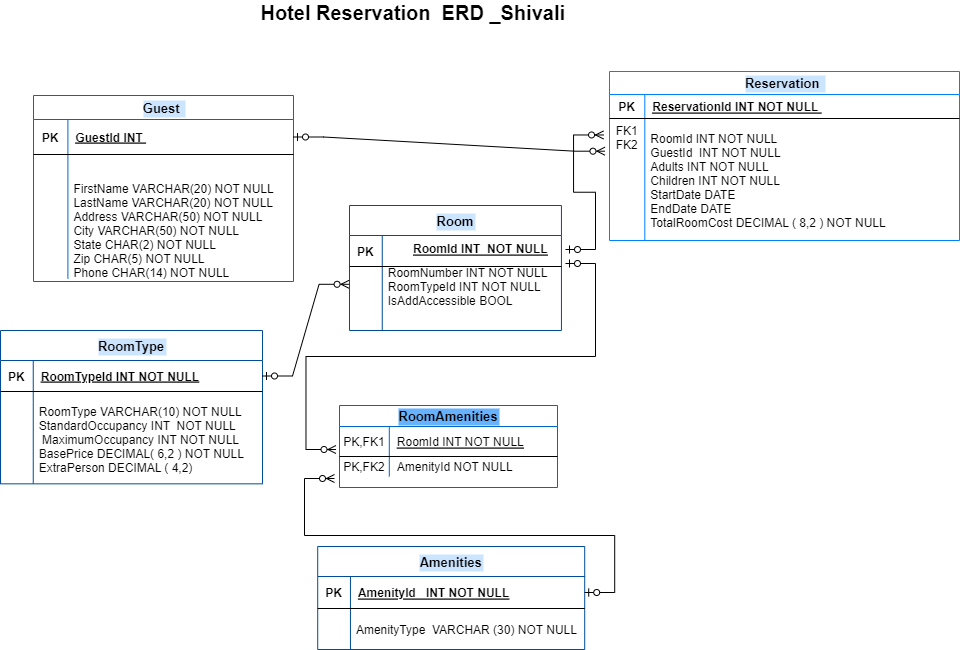
Before: Shivali_HotelERD.png, a diagram exported from draw.io (shivkar/HotelReservation-Schema-MySQL-). Source tidied: cells renumbered, new cells last; positions are measured from the earlier drawing's top-left corner, leaving out a move shared by most shapes.
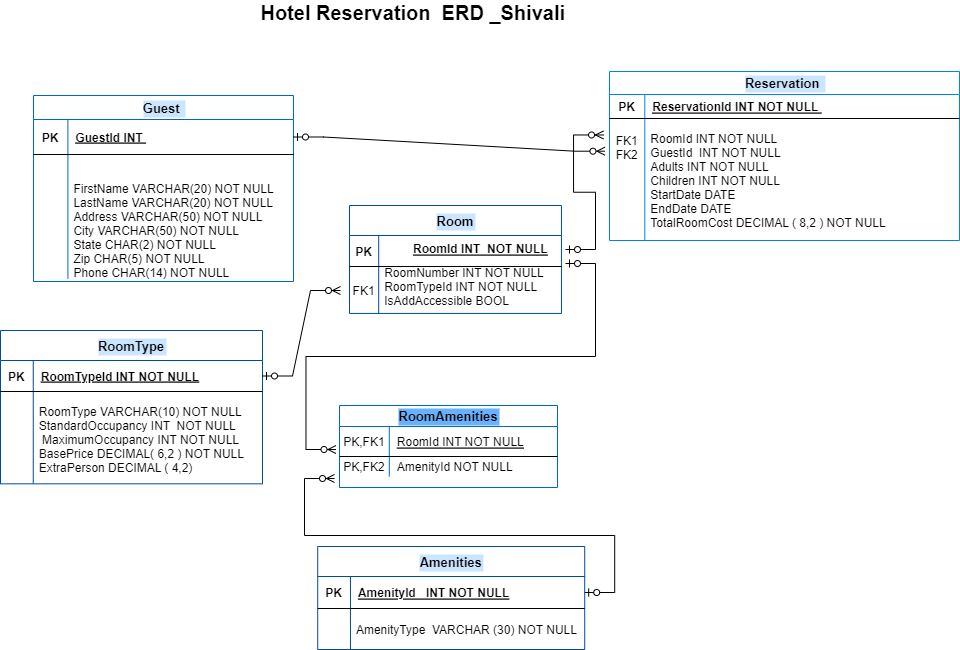
Later version of the same file.

What changed in the source:
```diff
@@ -3,25 +3,25 @@
     <mxCell id="0" />
     <mxCell id="1" parent="0" />
     <mxCell id="2" value="Room" style="shape=table;startSize=30;rowLines=0;fontStyle=1;align=center;labelBackgroundColor=#CCE5FF;fontSize=13;strokeColor=#004C99;" parent="1" vertex="1">
-      <mxGeometry x="349" y="203" width="211.9" height="125" as="geometry" />
+      <mxGeometry x="349" y="203" width="211.9" height="107.9" as="geometry" />
     </mxCell>
     <mxCell id="3" style="shape=partialRectangle;fillColor=none;top=0;left=0;right=0;bottom=1;" parent="2" vertex="1">
       <mxGeometry y="30" width="211.9" height="31" as="geometry" />
     </mxCell>
     <mxCell id="4" value="PK" style="shape=partialRectangle;overflow=hidden;fillColor=none;top=0;left=0;bottom=0;right=0;fontStyle=1;" parent="3" vertex="1">
-      <mxGeometry width="32.8" height="31" as="geometry" />
+      <mxGeometry width="29.2" height="31" as="geometry" />
     </mxCell>
     <mxCell id="5" style="shape=partialRectangle;overflow=hidden;fillColor=none;top=0;left=0;bottom=0;right=0;align=left;spacingLeft=6;fontStyle=5;" parent="3" vertex="1">
-      <mxGeometry x="32.8" width="179.2" height="31" as="geometry" />
+      <mxGeometry x="29.2" width="182.7" height="31" as="geometry" />
     </mxCell>
     <mxCell id="6" style="shape=partialRectangle;fillColor=none;points=[[0,0.5],[1,0.5]];portConstraint=eastwest;top=0;left=0;right=0;bottom=0;" parent="2" vertex="1">
-      <mxGeometry y="61" width="211.9" height="64" as="geometry" />
+      <mxGeometry y="61" width="211.9" height="47" as="geometry" />
     </mxCell>
-    <mxCell id="7" style="shape=partialRectangle;overflow=hidden;fillColor=none;top=0;left=0;bottom=0;right=0;" parent="6" vertex="1">
-      <mxGeometry width="32.8" height="64" as="geometry" />
+    <mxCell id="7" value="FK1" style="shape=partialRectangle;overflow=hidden;fillColor=none;top=0;left=0;bottom=0;right=0;" parent="6" vertex="1">
+      <mxGeometry width="29.2" height="47" as="geometry" />
     </mxCell>
     <mxCell id="8" value="RoomNumber INT NOT NULL&#10;RoomTypeId INT NOT NULL&#10;IsAddAccessible BOOL&#10;&#10;" style="shape=partialRectangle;overflow=hidden;fillColor=none;top=0;left=0;bottom=0;right=0;align=left;spacingLeft=6;spacing=0;" parent="6" vertex="1">
-      <mxGeometry x="32.8" width="179.2" height="64" as="geometry" />
+      <mxGeometry x="29.2" width="182.7" height="47" as="geometry" />
     </mxCell>
     <mxCell id="9" value="RoomId INT  NOT NULL" style="shape=partialRectangle;overflow=hidden;fillColor=none;top=0;left=0;bottom=0;right=0;align=left;spacingLeft=6;fontStyle=5;" parent="1" vertex="1">
       <mxGeometry x="405" y="230" width="179.2" height="32" as="geometry" />
@@ -41,10 +41,10 @@
     <mxCell id="14" style="shape=partialRectangle;fillColor=none;points=[[0,0.5],[1,0.5]];portConstraint=eastwest;top=0;left=0;right=0;bottom=0;" parent="10" vertex="1">
       <mxGeometry y="47" width="350" height="122" as="geometry" />
     </mxCell>
-    <mxCell id="15" value="FK1&#10;FK2&#10;&#10;&#10;&#10;&#10;&#10;" style="shape=partialRectangle;overflow=hidden;fillColor=none;top=0;left=0;bottom=0;right=0;" parent="14" vertex="1">
+    <mxCell id="15" value="&#10;FK1&#10;FK2&#10;&#10;&#10;&#10;&#10;&#10;" style="shape=partialRectangle;overflow=hidden;fillColor=none;top=0;left=0;bottom=0;right=0;" parent="14" vertex="1">
       <mxGeometry width="35.3" height="122" as="geometry" />
     </mxCell>
-    <mxCell id="16" value="&#10;RoomId INT NOT NULL&#10;GuestId  INT NOT NULL &#10;Adults INT NOT NULL&#10;Children INT NOT NULL&#10;StartDate DATE &#10;EndDate DATE &#10;TotalRoomCost DECIMAL ( 8,2 ) NOT NULL &#10;&#10;" style="shape=partialRectangle;overflow=hidden;fillColor=none;top=0;left=0;bottom=0;right=0;align=left;spacingLeft=6;spacing=0;" parent="14" vertex="1">
+    <mxCell id="16" value="&#10;RoomId INT NOT NULL&#10;GuestId  INT NOT NULL &#10;Adults INT NOT NULL&#10;Children INT NOT NULL&#10;StartDate DATE &#10;EndDate DATE &#10;TotalRoomCost DECIMAL ( 8,2 ) NOT NULL &#10;" style="shape=partialRectangle;overflow=hidden;fillColor=none;top=0;left=0;bottom=0;right=0;align=left;spacingLeft=6;spacing=0;" parent="14" vertex="1">
       <mxGeometry x="35.3" width="314.7" height="122" as="geometry" />
     </mxCell>
     <mxCell id="17" value="Guest " style="shape=table;startSize=24;rowLines=0;fontStyle=1;align=center;labelBackgroundColor=#CCE5FF;fontSize=13;strokeColor=#0066CC;" parent="1" vertex="1">
@@ -137,8 +137,10 @@
     <mxCell id="46" style="edgeStyle=entityRelationEdgeStyle;fontSize=12;html=1;endArrow=ERzeroToMany;startArrow=ERzeroToOne;rounded=0;exitX=1;exitY=0.5;exitDx=0;exitDy=0;entryX=-0.013;entryY=0.268;entryDx=0;entryDy=0;entryPerimeter=0;" parent="1" edge="1" source="18" target="14">
       <mxGeometry relative="1" as="geometry" />
     </mxCell>
-    <mxCell id="47" style="edgeStyle=entityRelationEdgeStyle;fontSize=12;html=1;endArrow=ERzeroToMany;startArrow=ERzeroToOne;rounded=0;exitX=1;exitY=0.5;exitDx=0;exitDy=0;entryX=-0.002;entryY=0.278;entryDx=0;entryDy=0;entryPerimeter=0;" parent="1" edge="1" source="32" target="6">
-      <mxGeometry relative="1" as="geometry" />
+    <mxCell id="47" style="edgeStyle=entityRelationEdgeStyle;fontSize=12;html=1;endArrow=ERzeroToMany;startArrow=ERzeroToOne;rounded=0;exitX=1;exitY=0.5;exitDx=0;exitDy=0;" parent="1" edge="1" source="32">
+      <mxGeometry relative="1" as="geometry">
+        <mxPoint x="340" y="288" as="targetPoint" />
+      </mxGeometry>
     </mxCell>
     <mxCell id="48" style="edgeStyle=entityRelationEdgeStyle;fontSize=12;html=1;endArrow=ERzeroToMany;startArrow=ERzeroToOne;rounded=0;entryX=-0.017;entryY=0.135;entryDx=0;entryDy=0;entryPerimeter=0;" parent="1" edge="1" target="14">
       <mxGeometry relative="1" as="geometry">
```
